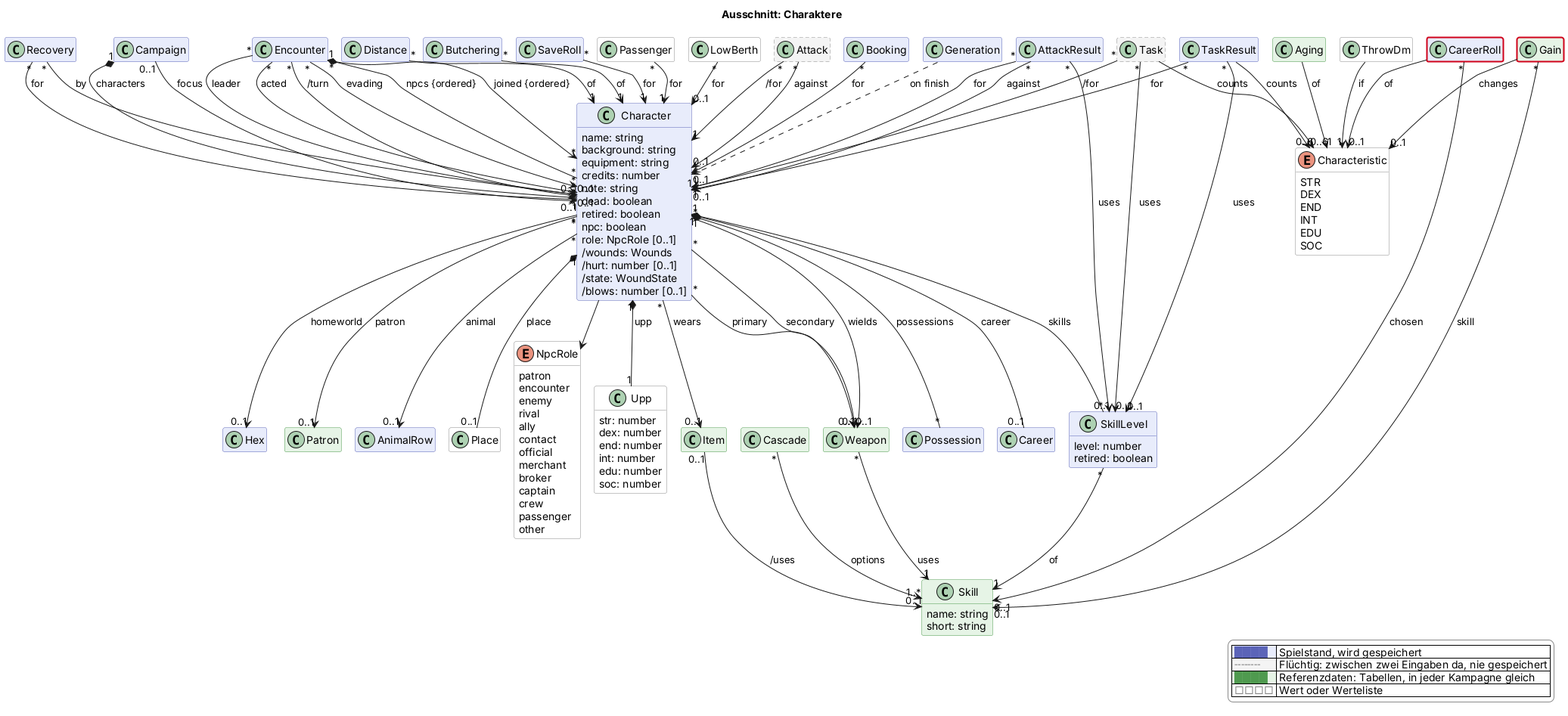
Before: docs/views/charakter.png, a diagram exported from PlantUML (scuzzar/SRE).
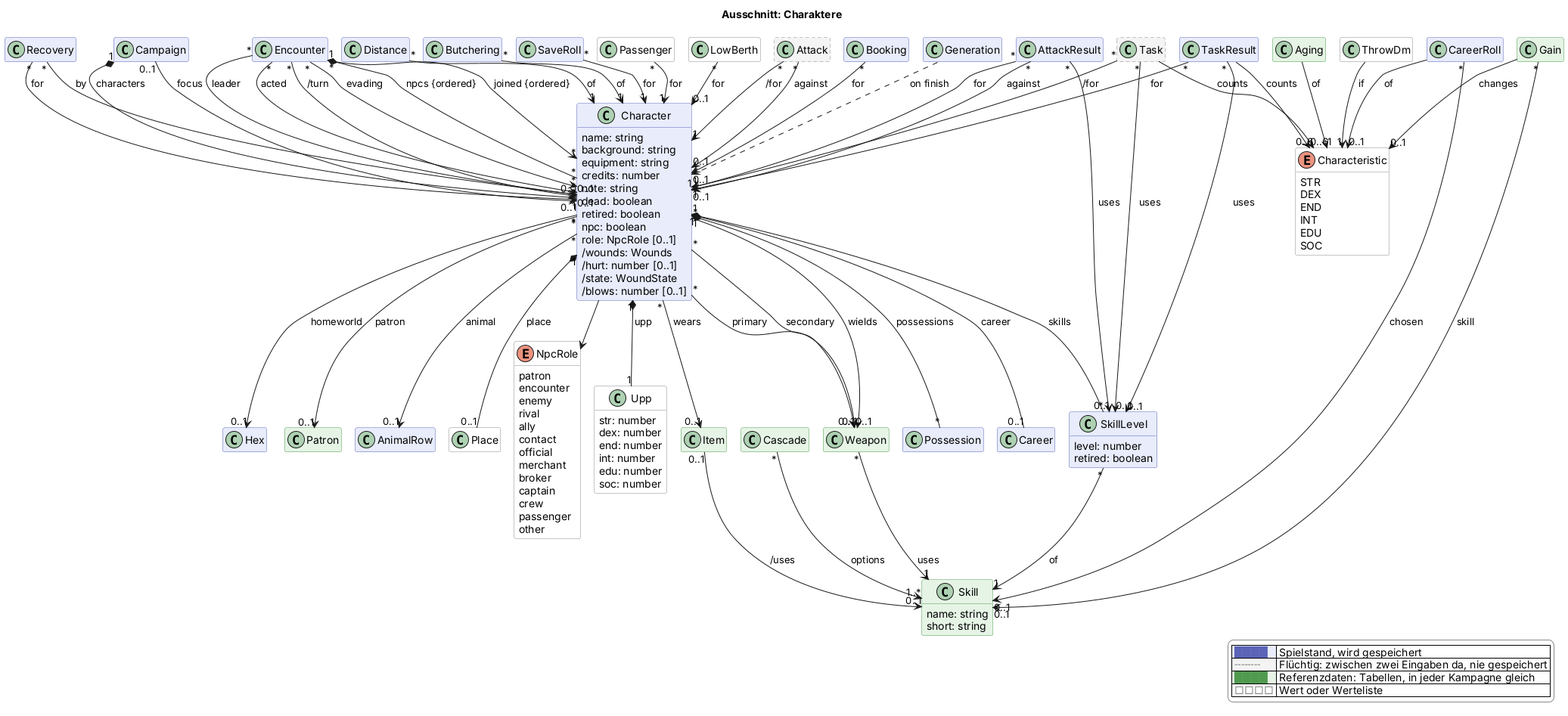
Above is the later version.

The edit, as a diff of the source:
```diff
@@ -226,6 +226,4 @@
   |<#e6f4e6> <color:#4f9a4f>████</color> | Referenzdaten: Tabellen, in jeder Kampagne gleich |
   |<#ffffff> <color:#8a8a8a>□□□□</color> | Wert oder Werteliste |
 endlegend
-class CareerRoll #line:d0021b;line.bold
-class Gain #line:d0021b;line.bold
 @enduml
```
